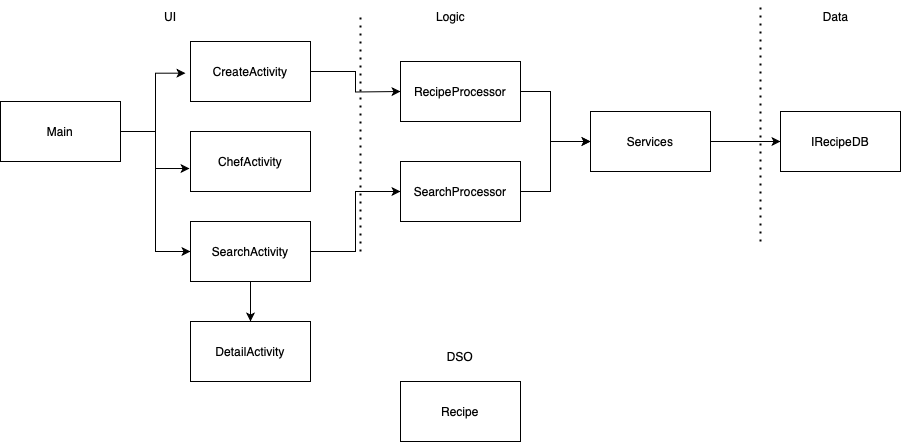
The draw.io diagram architecture.png in ThreshvsGaming/Tastebud, before a commit. Source tidied: cells renumbered, new cells last; positions are measured from the earlier drawing's top-left corner, leaving out a move shared by most shapes.
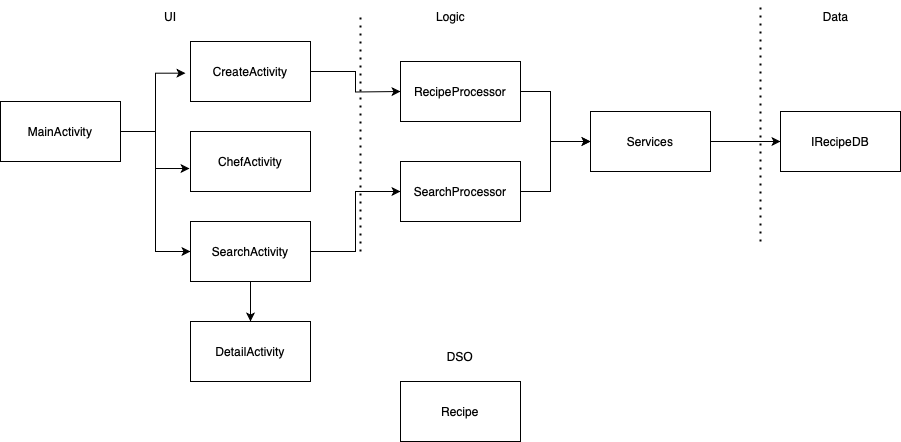
Later version of the same file.

The edit, as a diff of the source:
```diff
@@ -35,7 +35,7 @@
     <mxCell id="10" style="edgeStyle=orthogonalEdgeStyle;rounded=0;jettySize=auto;html=1;entryX=-0.008;entryY=0.617;entryDx=0;entryDy=0;entryPerimeter=0;" parent="1" edge="1" source="11" target="25">
       <mxGeometry relative="1" as="geometry" />
     </mxCell>
-    <mxCell id="11" value="Main" style="rounded=0;whiteSpace=wrap;html=1;" parent="1" vertex="1">
+    <mxCell id="11" value="MainActivity" style="rounded=0;whiteSpace=wrap;html=1;" parent="1" vertex="1">
       <mxGeometry y="100" width="120" height="60" as="geometry" />
     </mxCell>
     <mxCell id="12" style="edgeStyle=orthogonalEdgeStyle;rounded=0;jettySize=auto;html=1;exitX=1;exitY=0.5;exitDx=0;exitDy=0;" parent="1" edge="1" source="13">
```
